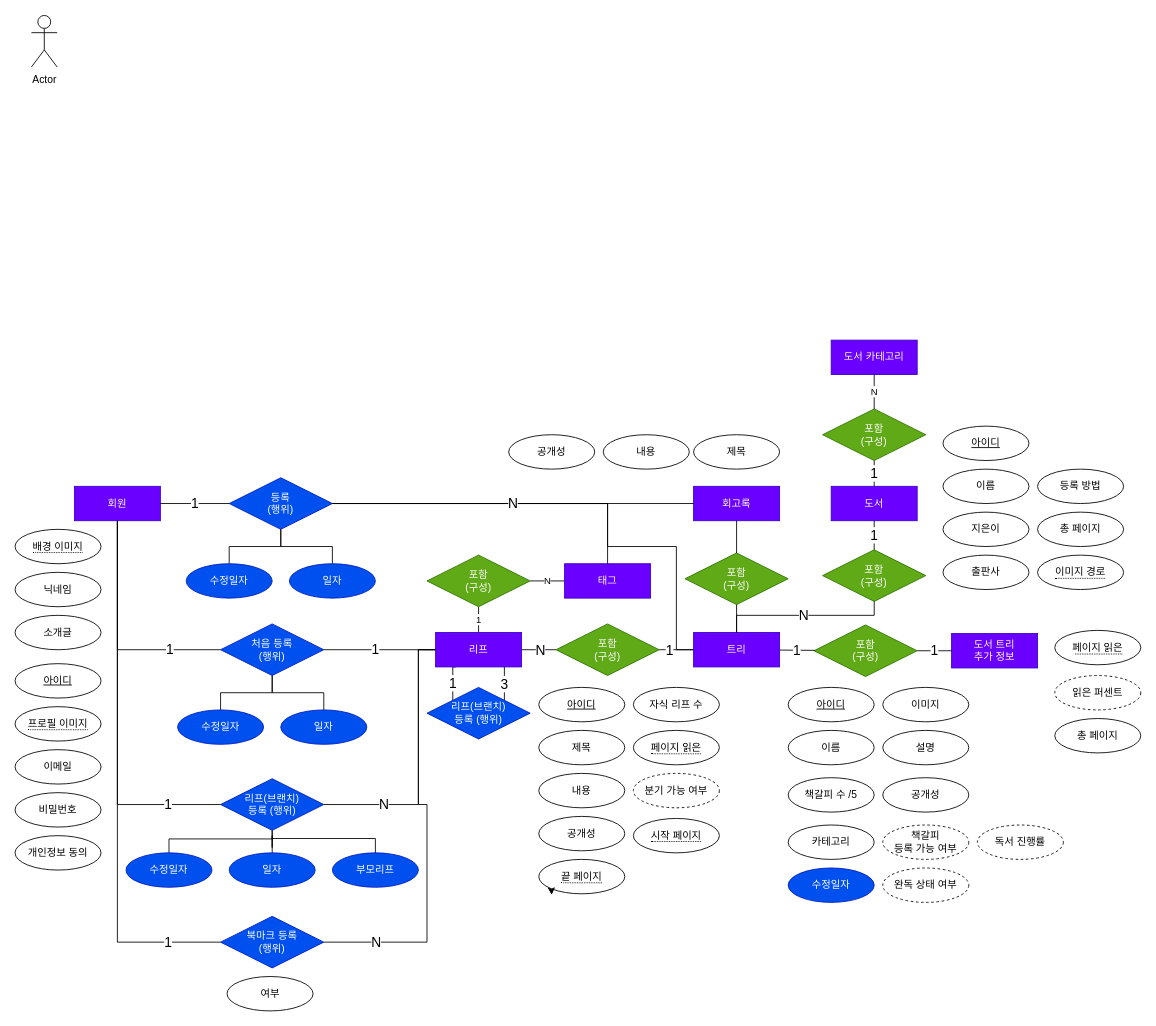
Earlier version of the draw.io diagram ppt/drawio/개념설계.drawio (Jomalang/ggogit). Source tidied: cells renumbered, new cells numbered last; positions are measured from the earlier drawing's top-left corner, leaving out a move shared by most shapes. Both pictures are drawn from the tidied source at 86%, with x=0, y=0 at pixel (15, 15).
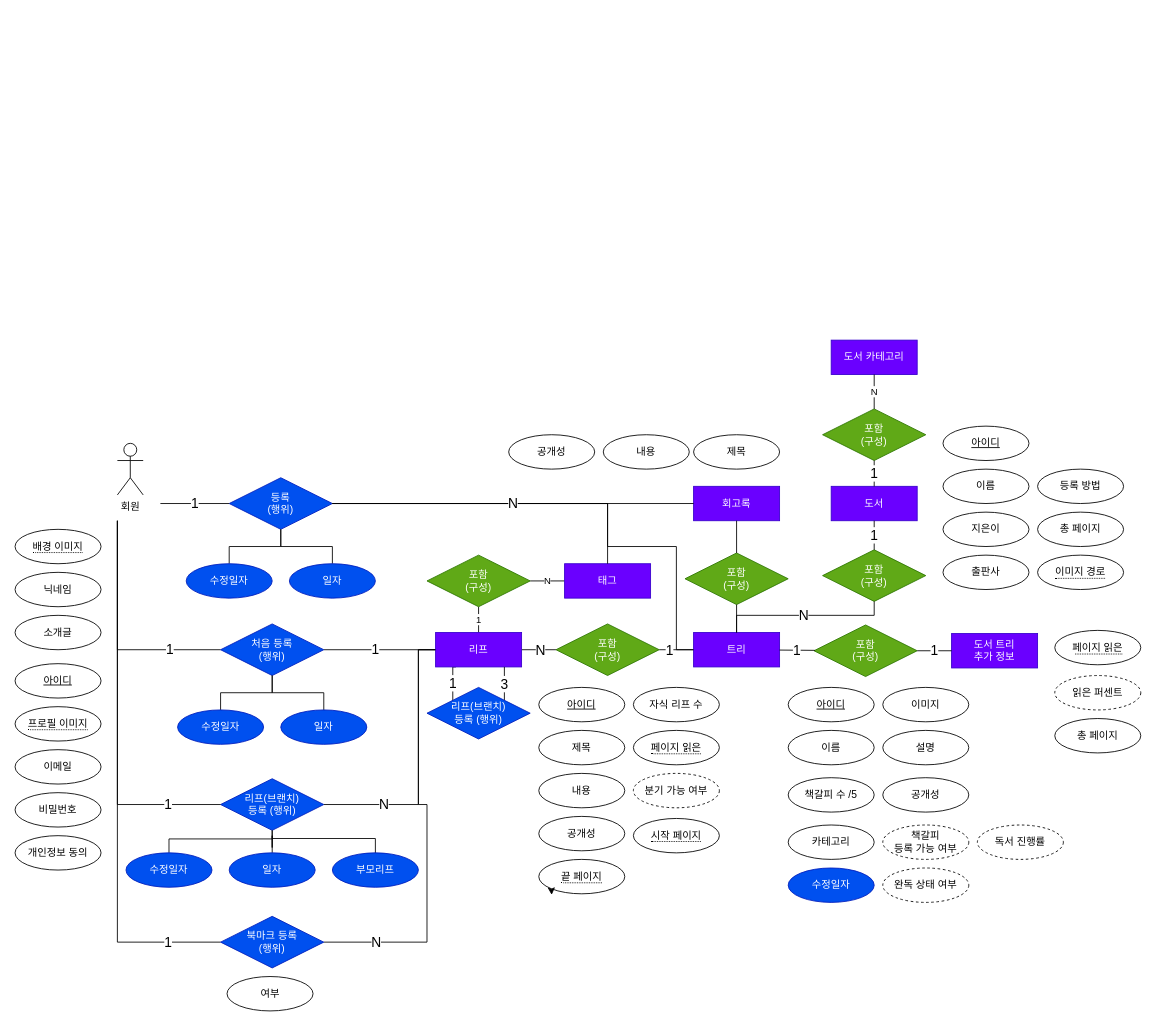
After the change.

Commit message (it also covers changes not shown here):
Doc: [문서] #317 개념 설계 Actor 추가

Unchanged cells that the change refers to:
```xml
<mxCell id="19" value="처음 등록&lt;br&gt;(행위)" style="shape=rhombus;perimeter=rhombusPerimeter;whiteSpace=wrap;html=1;align=center;fillColor=#0050ef;strokeColor=#001DBC;fontColor=#ffffff;" parent="1" vertex="1">
  <mxGeometry x="239" y="708" width="120" height="60" as="geometry" />
</mxCell>
<mxCell id="44" value="리프(브랜치) &lt;br&gt;등록 (행위)" style="shape=rhombus;perimeter=rhombusPerimeter;whiteSpace=wrap;html=1;align=center;fillColor=#0050ef;strokeColor=#001DBC;fontColor=#ffffff;" parent="1" vertex="1">
  <mxGeometry x="239" y="888" width="120" height="60" as="geometry" />
</mxCell>
<mxCell id="59" value="등록&lt;br&gt;(행위)" style="shape=rhombus;perimeter=rhombusPerimeter;whiteSpace=wrap;html=1;align=center;fillColor=#0050ef;strokeColor=#001DBC;fontColor=#ffffff;" parent="1" vertex="1">
  <mxGeometry x="249" y="538" width="120" height="60" as="geometry" />
</mxCell>
<mxCell id="81" value="북마크 등록&lt;br&gt;(행위)" style="shape=rhombus;perimeter=rhombusPerimeter;whiteSpace=wrap;html=1;align=center;fillColor=#0050ef;strokeColor=#001DBC;fontColor=#ffffff;" parent="1" vertex="1">
  <mxGeometry x="239" y="1048" width="120" height="60" as="geometry" />
</mxCell>
```

What changed in the source:
```diff
@@
-    <mxCell id="2" value="&lt;font style=&quot;font-size: 16px;&quot;&gt;1&lt;/font&gt;" style="edgeStyle=orthogonalEdgeStyle;rounded=0;jettySize=auto;html=1;entryX=0;entryY=0.5;entryDx=0;entryDy=0;endArrow=none;endFill=0;" parent="1" edge="1" source="57" target="19">
+    <mxCell id="2" value="&lt;font style=&quot;font-size: 16px;&quot;&gt;1&lt;/font&gt;" style="edgeStyle=orthogonalEdgeStyle;rounded=0;jettySize=auto;html=1;entryX=0;entryY=0.5;entryDx=0;entryDy=0;endArrow=none;endFill=0;" parent="1" edge="1" target="19">
       <mxGeometry x="0.56" relative="1" as="geometry">
+        <mxPoint x="119" y="588" as="sourcePoint" />
         <Array as="points">
           <mxPoint x="119" y="738" />
         </Array>
       </mxGeometry>
     </mxCell>
@@
-    <mxCell id="56" value="&lt;font style=&quot;font-size: 16px;&quot;&gt;1&lt;/font&gt;" style="edgeStyle=orthogonalEdgeStyle;rounded=0;jettySize=auto;html=1;endArrow=none;endFill=0;" parent="1" edge="1" source="57" target="81">
+    <mxCell id="56" value="&lt;font style=&quot;font-size: 16px;&quot;&gt;1&lt;/font&gt;" style="edgeStyle=orthogonalEdgeStyle;rounded=0;jettySize=auto;html=1;endArrow=none;endFill=0;" parent="1" edge="1" target="81">
       <mxGeometry x="0.8" relative="1" as="geometry">
+        <mxPoint x="119" y="588" as="sourcePoint" />
         <Array as="points">
           <mxPoint x="119" y="1078" />
         </Array>
       </mxGeometry>
     </mxCell>
-    <mxCell id="57" value="회원" style="whiteSpace=wrap;html=1;align=center;fillColor=#6a00ff;strokeColor=#3700CC;fontColor=#ffffff;" parent="1" vertex="1">
-      <mxGeometry x="69" y="548" width="100" height="40" as="geometry" />
-    </mxCell>
@@
-    <mxCell id="70" value="Actor" style="shape=umlActor;verticalLabelPosition=bottom;verticalAlign=top;html=1;" parent="1" vertex="1">
-      <mxGeometry x="19" y="0.5" width="30" height="60" as="geometry" />
+    <mxCell id="70" value="회원" style="shape=umlActor;verticalLabelPosition=bottom;verticalAlign=top;html=1;" parent="1" vertex="1">
+      <mxGeometry x="119" y="498" width="30" height="60" as="geometry" />
     </mxCell>
@@
-    <mxCell id="91" value="&lt;font style=&quot;font-size: 16px;&quot;&gt;1&lt;/font&gt;" style="endArrow=none;html=1;rounded=0;" parent="1" edge="1" source="57" target="59">
-      <mxGeometry relative="1" as="geometry" />
+    <mxCell id="91" value="&lt;font style=&quot;font-size: 16px;&quot;&gt;1&lt;/font&gt;" style="endArrow=none;html=1;rounded=0;" parent="1" edge="1" target="59">
+      <mxGeometry relative="1" as="geometry">
+        <mxPoint x="169" y="568" as="sourcePoint" />
+      </mxGeometry>
     </mxCell>
@@
-    <mxCell id="101" value="&lt;font style=&quot;font-size: 16px;&quot;&gt;1&lt;/font&gt;" style="endArrow=none;html=1;rounded=0;" parent="1" edge="1" source="44" target="57">
+    <mxCell id="101" value="&lt;font style=&quot;font-size: 16px;&quot;&gt;1&lt;/font&gt;" style="endArrow=none;html=1;rounded=0;" parent="1" edge="1" source="44">
       <mxGeometry x="-0.73" relative="1" as="geometry">
+        <mxPoint x="119" y="588" as="targetPoint" />
         <Array as="points">
           <mxPoint x="119" y="918" />
         </Array>
       </mxGeometry>
     </mxCell>
```
